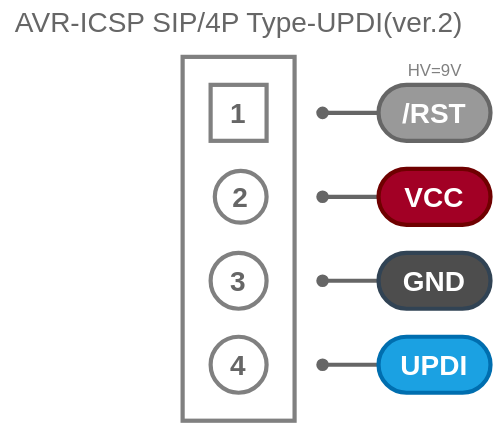
Above: svg/AVR-ICSP-S4P-UPDIv2.drawio.svg in askn37/askn37.github.io (draw.io), before the change. Source tidied: cells renumbered, new cells last; positions are measured from the earlier drawing's top-left corner, leaving out a move shared by most shapes. Its diagram source:
```xml
<mxGraphModel>
  <root>
    <mxCell id="0" />
    <mxCell id="1" parent="0" />
    <mxCell id="2" style="rounded=0;whiteSpace=wrap;html=1;labelBackgroundColor=#663300;fontSize=20;fontColor=#FFFFFF;strokeColor=#808080;strokeWidth=3;fillColor=none;" parent="1" vertex="1">
      <mxGeometry x="130" y="40" width="80" height="260" as="geometry" />
    </mxCell>
    <mxCell id="3" value="2" style="ellipse;whiteSpace=wrap;html=1;strokeWidth=3;strokeColor=#808080;fontSize=20;fontStyle=1;rounded=1;fontColor=#666666;fillColor=none;" parent="1" vertex="1">
      <mxGeometry x="153" y="121.5" width="37" height="37" as="geometry" />
    </mxCell>
    <mxCell id="4" value="1" style="whiteSpace=wrap;html=1;strokeWidth=3;strokeColor=#808080;fontStyle=1;fontSize=20;rounded=0;fontColor=#666666;fillColor=none;" parent="1" vertex="1">
      <mxGeometry x="150" y="60" width="40" height="40" as="geometry" />
    </mxCell>
    <mxCell id="5" value="3" style="ellipse;whiteSpace=wrap;html=1;strokeColor=#808080;strokeWidth=3;fontSize=20;fontStyle=1;rounded=1;fontColor=#666666;fillColor=none;" parent="1" vertex="1">
      <mxGeometry x="150" y="180" width="40" height="40" as="geometry" />
    </mxCell>
    <mxCell id="6" value="4" style="ellipse;whiteSpace=wrap;html=1;strokeColor=#808080;strokeWidth=3;fontStyle=1;fontSize=20;rounded=1;fontColor=#666666;fillColor=none;" parent="1" vertex="1">
      <mxGeometry x="150" y="240" width="40" height="40" as="geometry" />
    </mxCell>
    <mxCell id="7" style="edgeStyle=none;html=1;fontSize=20;fontColor=#FFFFFF;startArrow=none;startFill=0;endArrow=oval;endFill=1;strokeColor=#666666;strokeWidth=3;" parent="1" edge="1">
      <mxGeometry relative="1" as="geometry">
        <mxPoint x="320" y="80" as="sourcePoint" />
        <mxPoint x="230" y="80" as="targetPoint" />
      </mxGeometry>
    </mxCell>
    <mxCell id="8" style="edgeStyle=none;html=1;fontSize=20;fontColor=#FFFFFF;startArrow=none;startFill=0;endArrow=oval;endFill=1;strokeColor=#666666;strokeWidth=3;" parent="1" edge="1" source="16">
      <mxGeometry relative="1" as="geometry">
        <mxPoint x="230" y="140" as="targetPoint" />
      </mxGeometry>
    </mxCell>
    <mxCell id="9" style="edgeStyle=none;html=1;fontSize=20;fontColor=#FFFFFF;startArrow=none;startFill=0;endArrow=oval;endFill=1;strokeColor=#666666;strokeWidth=3;" parent="1" edge="1" source="10">
      <mxGeometry relative="1" as="geometry">
        <mxPoint x="230" y="200" as="targetPoint" />
      </mxGeometry>
    </mxCell>
    <mxCell id="10" value="GND" style="rounded=1;whiteSpace=wrap;html=1;fontSize=20;strokeWidth=3;fontStyle=1;fillColor=#4D4D4D;strokeColor=#314354;fontColor=#ffffff;arcSize=50;" parent="1" vertex="1">
      <mxGeometry x="270" y="180" width="80" height="40" as="geometry" />
    </mxCell>
    <mxCell id="11" style="edgeStyle=none;html=1;fontSize=20;fontColor=#FFFFFF;startArrow=none;startFill=0;endArrow=oval;endFill=1;strokeColor=#666666;strokeWidth=3;" parent="1" edge="1">
      <mxGeometry relative="1" as="geometry">
        <mxPoint x="320" y="260" as="sourcePoint" />
        <mxPoint x="230" y="260" as="targetPoint" />
      </mxGeometry>
    </mxCell>
    <mxCell id="12" value="AVR-ICSP SIP/4P Type-UPDI(ver.2)" style="text;html=1;align=center;verticalAlign=middle;strokeColor=none;fillColor=none;fontSize=20;fontColor=#666666;" parent="1" vertex="1">
      <mxGeometry width="340" height="30" as="geometry" />
    </mxCell>
    <mxCell id="13" value="HV=9V" style="text;html=1;align=center;verticalAlign=middle;strokeColor=none;fillColor=none;fontColor=#808080;" parent="1" vertex="1">
      <mxGeometry x="285" y="40" width="50" height="20" as="geometry" />
    </mxCell>
    <mxCell id="14" value="/RST" style="rounded=1;whiteSpace=wrap;html=1;fontSize=20;strokeWidth=3;fontStyle=1;fillColor=#999999;strokeColor=#666666;fontColor=#ffffff;arcSize=50;" parent="1" vertex="1">
      <mxGeometry x="270" y="60" width="80" height="40" as="geometry" />
    </mxCell>
    <mxCell id="15" value="UPDI" style="rounded=1;whiteSpace=wrap;html=1;fontSize=20;strokeWidth=3;fontStyle=1;fillColor=#1ba1e2;strokeColor=#006EAF;fontColor=#ffffff;arcSize=50;" parent="1" vertex="1">
      <mxGeometry x="270" y="240" width="80" height="40" as="geometry" />
    </mxCell>
    <mxCell id="16" value="VCC" style="rounded=1;whiteSpace=wrap;html=1;fontSize=20;strokeWidth=3;fontStyle=1;fillColor=#a20025;strokeColor=#6F0000;fontColor=#ffffff;arcSize=50;" parent="1" vertex="1">
      <mxGeometry x="270" y="120" width="80" height="40" as="geometry" />
    </mxCell>
  </root>
</mxGraphModel>
```
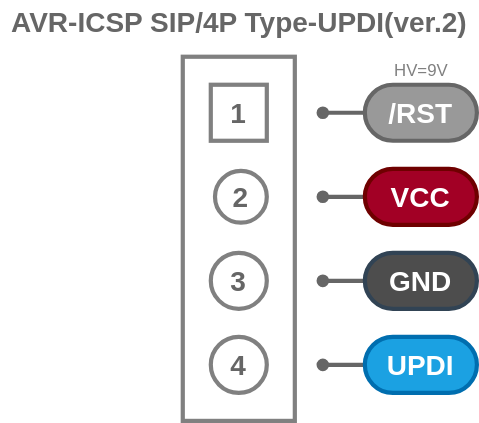
The same file after the commit.

What changed in the source:
```diff
@@ -34,28 +34,27 @@
       </mxGeometry>
     </mxCell>
     <mxCell id="10" value="GND" style="rounded=1;whiteSpace=wrap;html=1;fontSize=20;strokeWidth=3;fontStyle=1;fillColor=#4D4D4D;strokeColor=#314354;fontColor=#ffffff;arcSize=50;" parent="1" vertex="1">
-      <mxGeometry x="270" y="180" width="80" height="40" as="geometry" />
+      <mxGeometry x="260" y="180" width="80" height="40" as="geometry" />
     </mxCell>
-    <mxCell id="11" style="edgeStyle=none;html=1;fontSize=20;fontColor=#FFFFFF;startArrow=none;startFill=0;endArrow=oval;endFill=1;strokeColor=#666666;strokeWidth=3;" parent="1" edge="1">
+    <mxCell id="11" style="edgeStyle=none;html=1;fontSize=20;fontColor=#FFFFFF;startArrow=none;startFill=0;endArrow=oval;endFill=1;strokeColor=#666666;strokeWidth=3;" parent="1" edge="1" source="15">
       <mxGeometry relative="1" as="geometry">
-        <mxPoint x="320" y="260" as="sourcePoint" />
         <mxPoint x="230" y="260" as="targetPoint" />
       </mxGeometry>
     </mxCell>
-    <mxCell id="12" value="AVR-ICSP SIP/4P Type-UPDI(ver.2)" style="text;html=1;align=center;verticalAlign=middle;strokeColor=none;fillColor=none;fontSize=20;fontColor=#666666;" parent="1" vertex="1">
+    <mxCell id="12" value="AVR-ICSP SIP/4P Type-UPDI(ver.2)" style="text;html=1;align=center;verticalAlign=middle;strokeColor=none;fillColor=none;fontSize=20;fontColor=#666666;fontStyle=1;" parent="1" vertex="1">
       <mxGeometry width="340" height="30" as="geometry" />
     </mxCell>
     <mxCell id="13" value="HV=9V" style="text;html=1;align=center;verticalAlign=middle;strokeColor=none;fillColor=none;fontColor=#808080;" parent="1" vertex="1">
-      <mxGeometry x="285" y="40" width="50" height="20" as="geometry" />
+      <mxGeometry x="275" y="40" width="50" height="20" as="geometry" />
     </mxCell>
     <mxCell id="14" value="/RST" style="rounded=1;whiteSpace=wrap;html=1;fontSize=20;strokeWidth=3;fontStyle=1;fillColor=#999999;strokeColor=#666666;fontColor=#ffffff;arcSize=50;" parent="1" vertex="1">
-      <mxGeometry x="270" y="60" width="80" height="40" as="geometry" />
+      <mxGeometry x="260" y="60" width="80" height="40" as="geometry" />
     </mxCell>
+    <mxCell id="16" value="VCC" style="rounded=1;whiteSpace=wrap;html=1;fontSize=20;strokeWidth=3;fontStyle=1;fillColor=#a20025;strokeColor=#6F0000;fontColor=#ffffff;arcSize=50;" parent="1" vertex="1">
+      <mxGeometry x="260" y="120" width="80" height="40" as="geometry" />
+    </mxCell>
     <mxCell id="15" value="UPDI" style="rounded=1;whiteSpace=wrap;html=1;fontSize=20;strokeWidth=3;fontStyle=1;fillColor=#1ba1e2;strokeColor=#006EAF;fontColor=#ffffff;arcSize=50;" parent="1" vertex="1">
-      <mxGeometry x="270" y="240" width="80" height="40" as="geometry" />
+      <mxGeometry x="260" y="240" width="80" height="40" as="geometry" />
     </mxCell>
-    <mxCell id="16" value="VCC" style="rounded=1;whiteSpace=wrap;html=1;fontSize=20;strokeWidth=3;fontStyle=1;fillColor=#a20025;strokeColor=#6F0000;fontColor=#ffffff;arcSize=50;" parent="1" vertex="1">
-      <mxGeometry x="270" y="120" width="80" height="40" as="geometry" />
-    </mxCell>
   </root>
 </mxGraphModel>
```
